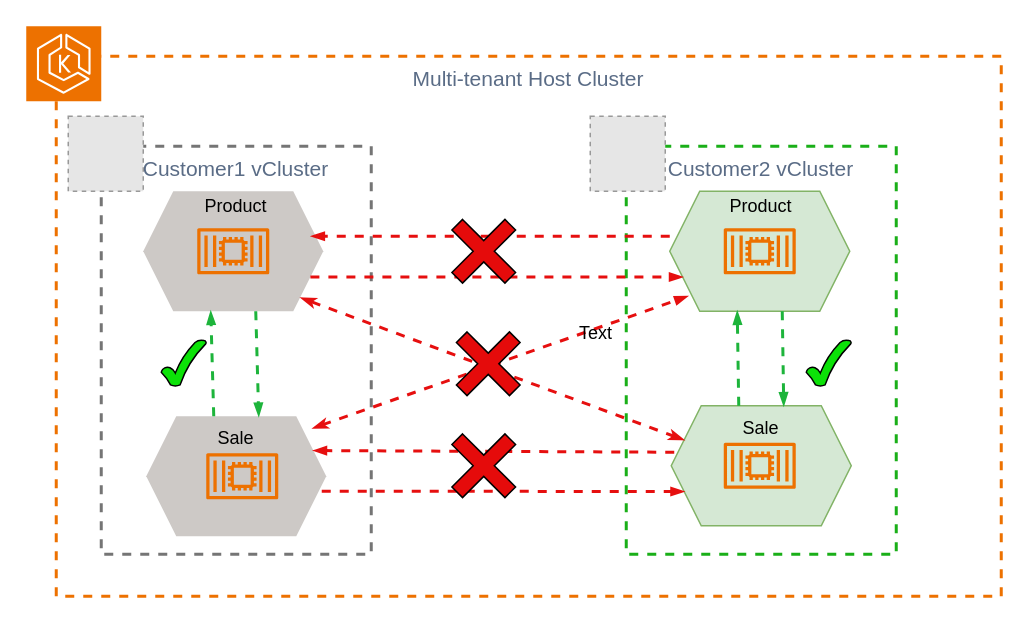
The draw.io diagram architetcure/RefArchitecture.drawio in khanasif1/aws-eks-loft-vcluster, before the edit. Source tidied: cells renumbered, new cells numbered last; positions are measured from the earlier drawing's top-left corner, leaving out a move shared by most shapes. Both pictures are drawn from the tidied source at 150%, with x=0, y=0 at pixel (26, 26). Pictures stored in the file or linked from it are replaced by grey dashed boxes.
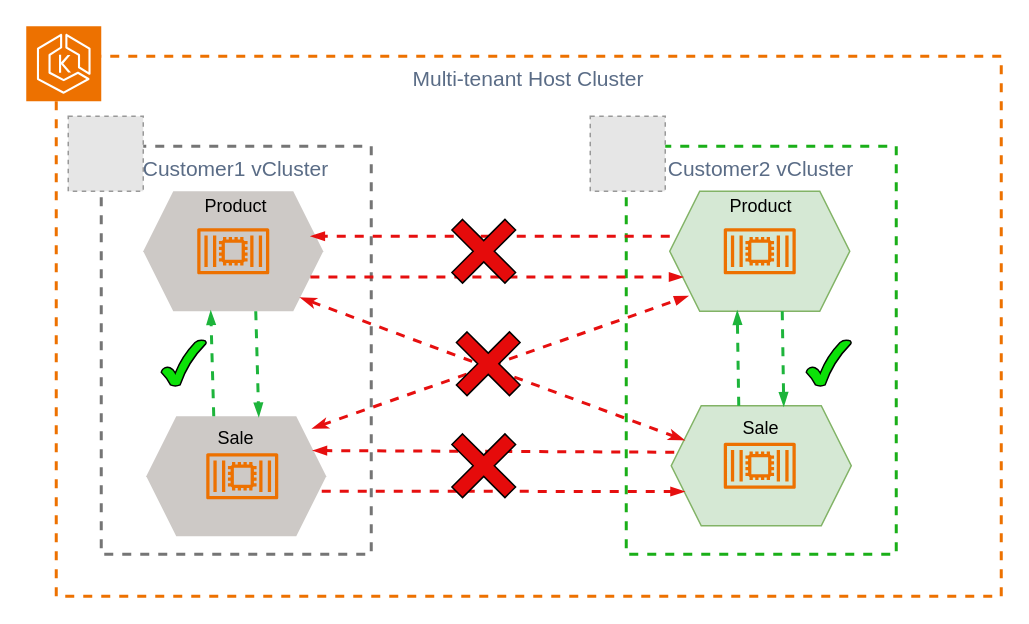
The same diagram, later.

What changed in the source:
```diff
@@
-    <mxCell id="31" value="Text" style="text;html=1;align=center;verticalAlign=middle;whiteSpace=wrap;rounded=0;" parent="1" vertex="1">
-      <mxGeometry x="350" y="190" width="60" height="30" as="geometry" />
-    </mxCell>
```
